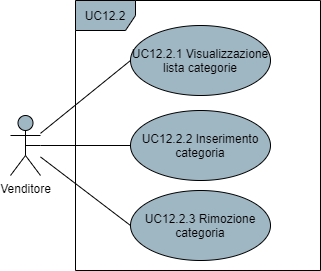
Omicron-Team/Documentazione keeps this draw.io diagram as DocumentazioneEsterna/AnalisiDeiRequisiti/res/UseCase/Immagini/GestioneCategorie.png. Above is the earlier version. Source tidied: cells renumbered, new cells last; positions are measured from the earlier drawing's top-left corner, leaving out a move shared by most shapes.
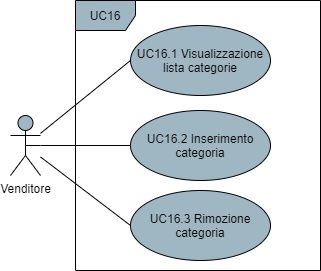
Later version of the same file.

Change to the diagram source:
```diff
@@ -14,16 +14,16 @@
     <mxCell id="5" value="Venditore" style="shape=umlActor;verticalLabelPosition=bottom;verticalAlign=top;html=1;fillColor=#9FB6C3;" parent="1" vertex="1">
       <mxGeometry y="115" width="30" height="60" as="geometry" />
     </mxCell>
-    <mxCell id="6" value="UC12.2" style="shape=umlFrame;whiteSpace=wrap;html=1;fillColor=#9FB6C3;" parent="1" vertex="1">
+    <mxCell id="6" value="UC16" style="shape=umlFrame;whiteSpace=wrap;html=1;fillColor=#9FB6C3;" parent="1" vertex="1">
       <mxGeometry x="65" width="245" height="270" as="geometry" />
     </mxCell>
-    <mxCell id="7" value="UC12.2.1 Visualizzazione lista categorie" style="ellipse;whiteSpace=wrap;html=1;fillColor=#9FB6C3;" parent="1" vertex="1">
+    <mxCell id="7" value="UC16.1 Visualizzazione lista categorie" style="ellipse;whiteSpace=wrap;html=1;fillColor=#9FB6C3;" parent="1" vertex="1">
       <mxGeometry x="120" y="25" width="140" height="70" as="geometry" />
     </mxCell>
-    <mxCell id="8" value="UC12.2.2 Inserimento categoria" style="ellipse;whiteSpace=wrap;html=1;fillColor=#9FB6C3;" parent="1" vertex="1">
+    <mxCell id="8" value="UC16.2 Inserimento categoria" style="ellipse;whiteSpace=wrap;html=1;fillColor=#9FB6C3;" parent="1" vertex="1">
       <mxGeometry x="120" y="110" width="140" height="70" as="geometry" />
     </mxCell>
-    <mxCell id="9" value="UC12.2.3 Rimozione categoria" style="ellipse;whiteSpace=wrap;html=1;fillColor=#9FB6C3;" parent="1" vertex="1">
+    <mxCell id="9" value="UC16.3 Rimozione categoria" style="ellipse;whiteSpace=wrap;html=1;fillColor=#9FB6C3;" parent="1" vertex="1">
       <mxGeometry x="120" y="190" width="140" height="70" as="geometry" />
     </mxCell>
     <mxCell id="10" style="edgeStyle=none;rounded=0;orthogonalLoop=1;jettySize=auto;html=1;exitX=0.5;exitY=0.5;exitDx=0;exitDy=0;exitPerimeter=0;startArrow=none;startFill=0;endArrow=none;endFill=0;" parent="1" edge="1" source="5" target="5">
```
